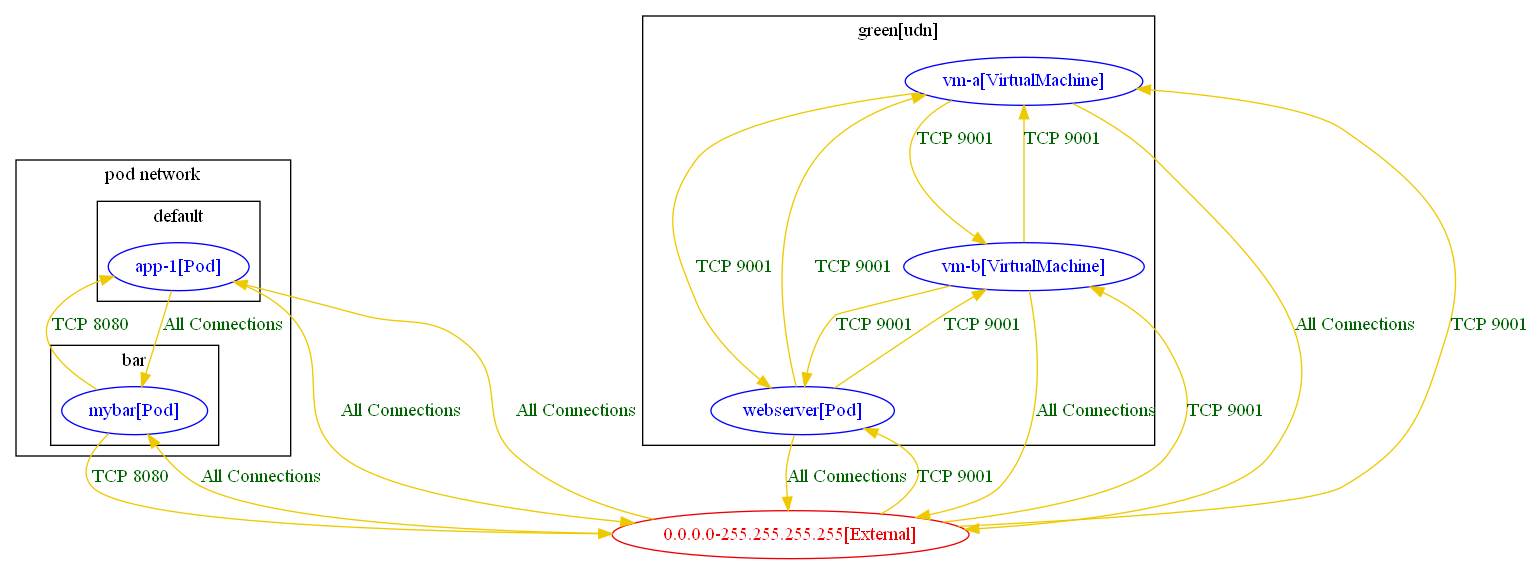
The Graphviz diagram test_outputs/connlist/udn_and_vms_test_4_connlist_output.dot.png in np-guard/netpol-analyzer, before a commit. Its source is kept beside it as test_outputs/connlist/udn_and_vms_test_4_connlist_output.dot.
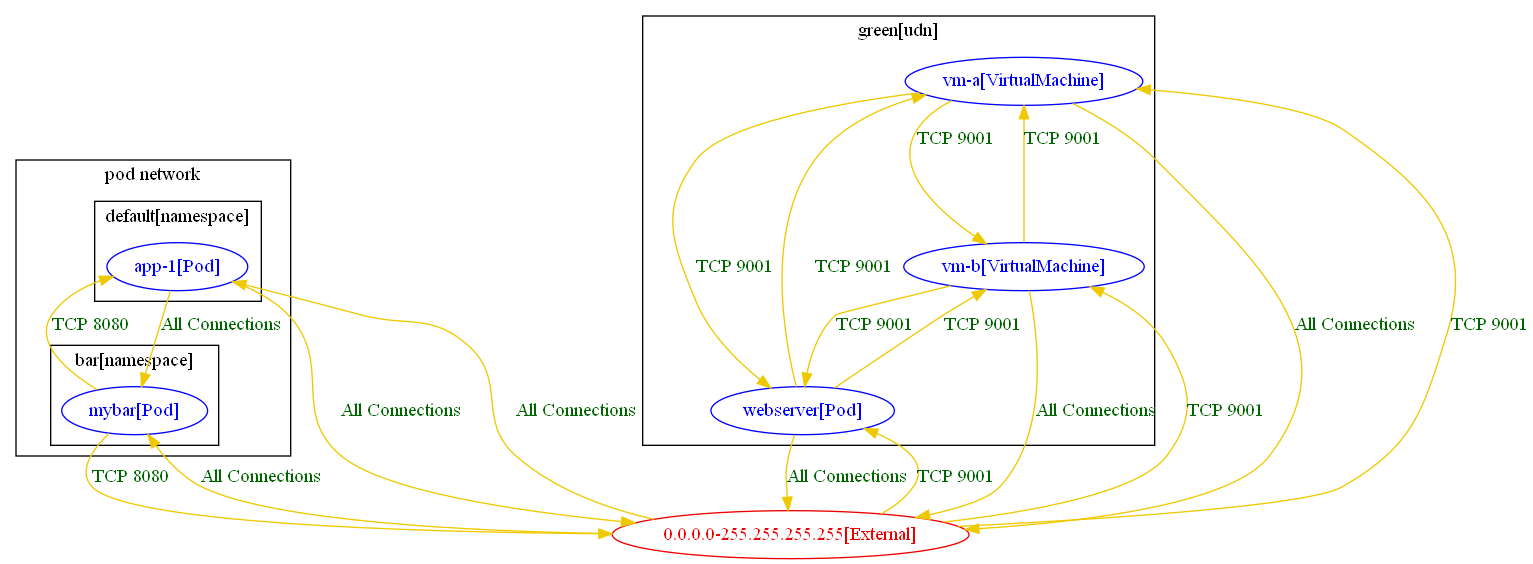
The same diagram one commit later.

The edit, as a diff of the source:
```diff
@@ -1,17 +1,17 @@
 digraph {
 	subgraph "cluster_pod_network" {
 	label="pod network"
-	subgraph "cluster_bar" {
+	subgraph "cluster_bar[namespace]" {
 		color="black"
 		fontcolor="black"
 		"bar/mybar[Pod]" [label="mybar[Pod]" color="blue" fontcolor="blue"]
-		label="bar"
+		label="bar[namespace]"
 	}
-	subgraph "cluster_default" {
+	subgraph "cluster_default[namespace]" {
 		color="black"
 		fontcolor="black"
 		"default/app-1[Pod]" [label="app-1[Pod]" color="blue" fontcolor="blue"]
-		label="default"
+		label="default[namespace]"
 	}
 	}
 	subgraph "cluster_green[udn]" {
```
